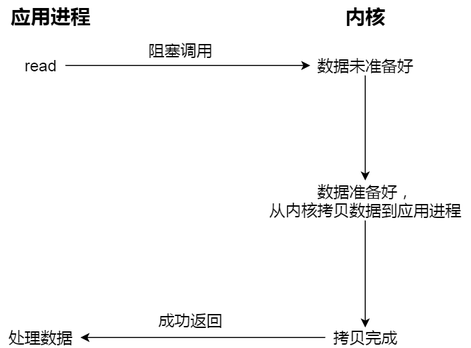
yu120/lemon-guide keeps this draw.io diagram as images/OS/阻塞IO.png. Above is the earlier version. Source tidied: cells renumbered, new cells last; positions are measured from the earlier drawing's top-left corner, leaving out a move shared by most shapes. Its diagram source:
```xml
<mxGraphModel>
  <root>
    <mxCell id="0" />
    <mxCell id="1" parent="0" />
    <mxCell id="2" value="应用进程" style="text;html=1;align=center;verticalAlign=middle;fontSize=20;fontStyle=1;" parent="1" vertex="1">
      <mxGeometry width="100" height="30" as="geometry" />
    </mxCell>
    <mxCell id="3" value="内核" style="text;html=1;align=center;verticalAlign=middle;fontSize=20;fontStyle=1;" parent="1" vertex="1">
      <mxGeometry x="335" width="60" height="30" as="geometry" />
    </mxCell>
    <mxCell id="4" style="edgeStyle=orthogonalEdgeStyle;rounded=0;jettySize=auto;html=1;fontSize=16;" parent="1" edge="1" source="5" target="7">
      <mxGeometry relative="1" as="geometry" />
    </mxCell>
    <mxCell id="5" value="&lt;font style=&quot;font-size: 16px&quot;&gt;read&lt;/font&gt;" style="text;html=1;align=center;verticalAlign=middle;points=[];fontSize=16;" parent="1" vertex="1">
      <mxGeometry x="15" y="55" width="50" height="20" as="geometry" />
    </mxCell>
    <mxCell id="6" style="edgeStyle=orthogonalEdgeStyle;rounded=0;jettySize=auto;html=1;fontSize=16;" parent="1" edge="1" source="7" target="9">
      <mxGeometry relative="1" as="geometry" />
    </mxCell>
    <mxCell id="7" value="数据未准备好" style="text;html=1;align=center;verticalAlign=middle;points=[];fontSize=16;" parent="1" vertex="1">
      <mxGeometry x="310" y="55" width="110" height="20" as="geometry" />
    </mxCell>
    <mxCell id="8" style="edgeStyle=orthogonalEdgeStyle;rounded=0;jettySize=auto;html=1;fontSize=16;" parent="1" edge="1" source="9" target="11">
      <mxGeometry relative="1" as="geometry" />
    </mxCell>
    <mxCell id="9" value="数据准备好，&lt;br style=&quot;font-size: 16px;&quot;&gt;从内核拷贝数据到应用进程" style="text;html=1;align=center;verticalAlign=middle;points=[];fontSize=16;" parent="1" vertex="1">
      <mxGeometry x="260" y="180" width="210" height="40" as="geometry" />
    </mxCell>
    <mxCell id="10" style="edgeStyle=orthogonalEdgeStyle;rounded=0;jettySize=auto;html=1;fontSize=16;" parent="1" edge="1" source="11" target="14">
      <mxGeometry relative="1" as="geometry" />
    </mxCell>
    <mxCell id="11" value="拷贝完成" style="text;html=1;align=center;verticalAlign=middle;points=[];fontSize=16;" parent="1" vertex="1">
      <mxGeometry x="325" y="327" width="80" height="20" as="geometry" />
    </mxCell>
    <mxCell id="12" value="成功返回" style="text;html=1;align=center;verticalAlign=middle;fontSize=16;" parent="1" vertex="1">
      <mxGeometry x="150" y="310" width="80" height="20" as="geometry" />
    </mxCell>
    <mxCell id="13" value="阻塞调用" style="text;html=1;align=center;verticalAlign=middle;fontSize=16;" parent="1" vertex="1">
      <mxGeometry x="140" y="40" width="80" height="20" as="geometry" />
    </mxCell>
    <mxCell id="14" value="处理数据" style="text;html=1;align=center;verticalAlign=middle;points=[];fontSize=16;" parent="1" vertex="1">
      <mxGeometry y="327" width="80" height="20" as="geometry" />
    </mxCell>
  </root>
</mxGraphModel>
```
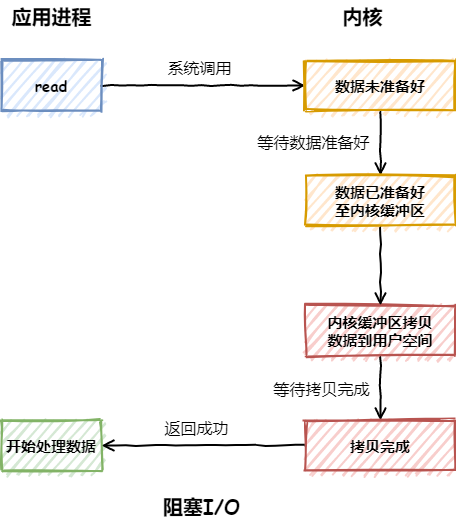
Above is the later version.

What changed in the source:
```diff
@@ -2,44 +2,59 @@
   <root>
     <mxCell id="0" />
     <mxCell id="1" parent="0" />
+    <mxCell id="15" value="&lt;b&gt;开始处理数据&lt;/b&gt;" style="whiteSpace=wrap;html=1;fontFamily=Comic Sans MS;fontSize=15;strokeWidth=2;fillColor=#d5e8d4;sketch=1;fillWeight=2;hachureGap=8;fillStyle=auto;strokeColor=#82b366;" parent="1" vertex="1">
+      <mxGeometry x="-1490" y="-1170" width="100" height="50" as="geometry" />
+    </mxCell>
+    <mxCell id="4" style="edgeStyle=orthogonalEdgeStyle;rounded=0;jettySize=auto;html=1;endArrow=open;endFill=0;endSize=8;strokeWidth=2;comic=1;" parent="1" edge="1" source="5" target="7">
+      <mxGeometry relative="1" as="geometry" />
+    </mxCell>
+    <mxCell id="5" value="&lt;b&gt;read&lt;/b&gt;" style="whiteSpace=wrap;html=1;fontFamily=Comic Sans MS;fontSize=15;strokeWidth=2;fillColor=#dae8fc;sketch=1;fillWeight=2;hachureGap=8;fillStyle=auto;strokeColor=#6c8ebf;" parent="1" vertex="1">
+      <mxGeometry x="-1490" y="-1530" width="100" height="50" as="geometry" />
+    </mxCell>
+    <mxCell id="16" style="edgeStyle=orthogonalEdgeStyle;rounded=0;comic=1;jettySize=auto;html=1;endArrow=open;endFill=0;endSize=8;strokeWidth=2;" parent="1" edge="1" source="7" target="20">
+      <mxGeometry relative="1" as="geometry" />
+    </mxCell>
+    <mxCell id="7" value="&lt;b&gt;数据未准备好&lt;/b&gt;" style="whiteSpace=wrap;html=1;fontFamily=Comic Sans MS;fontSize=15;strokeWidth=2;fillColor=#ffe6cc;sketch=1;fillWeight=2;hachureGap=8;fillStyle=auto;strokeColor=#d79b00;" parent="1" vertex="1">
+      <mxGeometry x="-1186" y="-1530" width="150" height="50" as="geometry" />
+    </mxCell>
+    <mxCell id="17" style="edgeStyle=orthogonalEdgeStyle;rounded=0;comic=1;jettySize=auto;html=1;endArrow=open;endFill=0;endSize=8;strokeWidth=2;" parent="1" edge="1" source="18" target="11">
+      <mxGeometry relative="1" as="geometry" />
+    </mxCell>
+    <mxCell id="18" value="&lt;b&gt;内核缓冲区拷贝&lt;br&gt;数据到用户空间&lt;/b&gt;" style="whiteSpace=wrap;html=1;fontFamily=Comic Sans MS;fontSize=15;strokeWidth=2;fillColor=#f8cecc;sketch=1;fillWeight=2;hachureGap=8;fillStyle=auto;strokeColor=#b85450;" parent="1" vertex="1">
+      <mxGeometry x="-1186" y="-1285" width="150" height="50" as="geometry" />
+    </mxCell>
+    <mxCell id="19" style="edgeStyle=orthogonalEdgeStyle;rounded=0;comic=1;jettySize=auto;html=1;endArrow=open;endFill=0;endSize=8;strokeWidth=2;" parent="1" edge="1" source="20" target="18">
+      <mxGeometry relative="1" as="geometry" />
+    </mxCell>
+    <mxCell id="20" value="&lt;b&gt;数据已准备好&lt;br&gt;至内核缓冲区&lt;/b&gt;" style="whiteSpace=wrap;html=1;fontFamily=Comic Sans MS;fontSize=15;strokeWidth=2;fillColor=#ffe6cc;sketch=1;fillWeight=2;hachureGap=8;fillStyle=auto;strokeColor=#d79b00;" parent="1" vertex="1">
+      <mxGeometry x="-1186" y="-1415" width="150" height="50" as="geometry" />
+    </mxCell>
+    <mxCell id="21" style="edgeStyle=orthogonalEdgeStyle;rounded=0;comic=1;jettySize=auto;html=1;endArrow=open;endFill=0;endSize=8;strokeWidth=2;" parent="1" edge="1" source="11" target="15">
+      <mxGeometry relative="1" as="geometry" />
+    </mxCell>
+    <mxCell id="11" value="&lt;b&gt;拷贝完成&lt;/b&gt;" style="whiteSpace=wrap;html=1;fontFamily=Comic Sans MS;fontSize=15;strokeWidth=2;fillColor=#f8cecc;sketch=1;fillWeight=2;hachureGap=8;fillStyle=auto;strokeColor=#b85450;" parent="1" vertex="1">
+      <mxGeometry x="-1186" y="-1170" width="150" height="50" as="geometry" />
+    </mxCell>
-    <mxCell id="2" value="应用进程" style="text;html=1;align=center;verticalAlign=middle;fontSize=20;fontStyle=1;" parent="1" vertex="1">
-      <mxGeometry width="100" height="30" as="geometry" />
+    <mxCell id="2" value="应用进程" style="text;html=1;align=center;verticalAlign=middle;fontFamily=Comic Sans MS;fontStyle=1;fontSize=20;" parent="1" vertex="1">
+      <mxGeometry x="-1490" y="-1590" width="100" height="30" as="geometry" />
     </mxCell>
-    <mxCell id="3" value="内核" style="text;html=1;align=center;verticalAlign=middle;fontSize=20;fontStyle=1;" parent="1" vertex="1">
-      <mxGeometry x="335" width="60" height="30" as="geometry" />
+    <mxCell id="3" value="内核" style="text;html=1;align=center;verticalAlign=middle;fontFamily=Comic Sans MS;fontStyle=1;fontSize=20;" parent="1" vertex="1">
+      <mxGeometry x="-1159" y="-1590" width="60" height="30" as="geometry" />
     </mxCell>
-    <mxCell id="4" style="edgeStyle=orthogonalEdgeStyle;rounded=0;jettySize=auto;html=1;fontSize=16;" parent="1" edge="1" source="5" target="7">
-      <mxGeometry relative="1" as="geometry" />
-    </mxCell>
-    <mxCell id="5" value="&lt;font style=&quot;font-size: 16px&quot;&gt;read&lt;/font&gt;" style="text;html=1;align=center;verticalAlign=middle;points=[];fontSize=16;" parent="1" vertex="1">
-      <mxGeometry x="15" y="55" width="50" height="20" as="geometry" />
-    </mxCell>
-    <mxCell id="6" style="edgeStyle=orthogonalEdgeStyle;rounded=0;jettySize=auto;html=1;fontSize=16;" parent="1" edge="1" source="7" target="9">
-      <mxGeometry relative="1" as="geometry" />
-    </mxCell>
-    <mxCell id="7" value="数据未准备好" style="text;html=1;align=center;verticalAlign=middle;points=[];fontSize=16;" parent="1" vertex="1">
-      <mxGeometry x="310" y="55" width="110" height="20" as="geometry" />
-    </mxCell>
-    <mxCell id="8" style="edgeStyle=orthogonalEdgeStyle;rounded=0;jettySize=auto;html=1;fontSize=16;" parent="1" edge="1" source="9" target="11">
-      <mxGeometry relative="1" as="geometry" />
-    </mxCell>
-    <mxCell id="9" value="数据准备好，&lt;br style=&quot;font-size: 16px;&quot;&gt;从内核拷贝数据到应用进程" style="text;html=1;align=center;verticalAlign=middle;points=[];fontSize=16;" parent="1" vertex="1">
-      <mxGeometry x="260" y="180" width="210" height="40" as="geometry" />
-    </mxCell>
-    <mxCell id="10" style="edgeStyle=orthogonalEdgeStyle;rounded=0;jettySize=auto;html=1;fontSize=16;" parent="1" edge="1" source="11" target="14">
-      <mxGeometry relative="1" as="geometry" />
-    </mxCell>
-    <mxCell id="11" value="拷贝完成" style="text;html=1;align=center;verticalAlign=middle;points=[];fontSize=16;" parent="1" vertex="1">
-      <mxGeometry x="325" y="327" width="80" height="20" as="geometry" />
-    </mxCell>
-    <mxCell id="12" value="成功返回" style="text;html=1;align=center;verticalAlign=middle;fontSize=16;" parent="1" vertex="1">
-      <mxGeometry x="150" y="310" width="80" height="20" as="geometry" />
-    </mxCell>
-    <mxCell id="13" value="阻塞调用" style="text;html=1;align=center;verticalAlign=middle;fontSize=16;" parent="1" vertex="1">
-      <mxGeometry x="140" y="40" width="80" height="20" as="geometry" />
-    </mxCell>
-    <mxCell id="14" value="处理数据" style="text;html=1;align=center;verticalAlign=middle;points=[];fontSize=16;" parent="1" vertex="1">
-      <mxGeometry y="327" width="80" height="20" as="geometry" />
-    </mxCell>
+    <mxCell id="22" value="阻塞I/O" style="text;html=1;align=center;verticalAlign=middle;fontSize=20;fontFamily=Comic Sans MS;fontStyle=1;" parent="1" vertex="1">
+      <mxGeometry x="-1334.8" y="-1100" width="90" height="30" as="geometry" />
+    </mxCell>
+    <mxCell id="23" value="&lt;font style=&quot;font-size: 16px&quot;&gt;系统调用&lt;/font&gt;" style="text;html=1;align=center;verticalAlign=middle;fontSize=20;fontFamily=Comic Sans MS;" parent="1" vertex="1">
+      <mxGeometry x="-1332" y="-1540" width="80" height="30" as="geometry" />
+    </mxCell>
+    <mxCell id="24" value="&lt;font style=&quot;font-size: 16px&quot;&gt;返回成功&lt;/font&gt;" style="text;html=1;align=center;verticalAlign=middle;fontSize=20;fontFamily=Comic Sans MS;" parent="1" vertex="1">
+      <mxGeometry x="-1335" y="-1180" width="80" height="30" as="geometry" />
+    </mxCell>
+    <mxCell id="25" value="&lt;font style=&quot;font-size: 16px&quot;&gt;等待数据准备好&lt;/font&gt;" style="text;html=1;align=center;verticalAlign=middle;fontSize=20;fontFamily=Comic Sans MS;" parent="1" vertex="1">
+      <mxGeometry x="-1243" y="-1466" width="130" height="30" as="geometry" />
+    </mxCell>
+    <mxCell id="26" value="&lt;font style=&quot;font-size: 16px&quot;&gt;等待拷贝完成&lt;/font&gt;" style="text;html=1;align=center;verticalAlign=middle;fontSize=20;fontFamily=Comic Sans MS;" parent="1" vertex="1">
+      <mxGeometry x="-1225.5" y="-1219" width="110" height="30" as="geometry" />
+    </mxCell>
   </root>
 </mxGraphModel>
```
